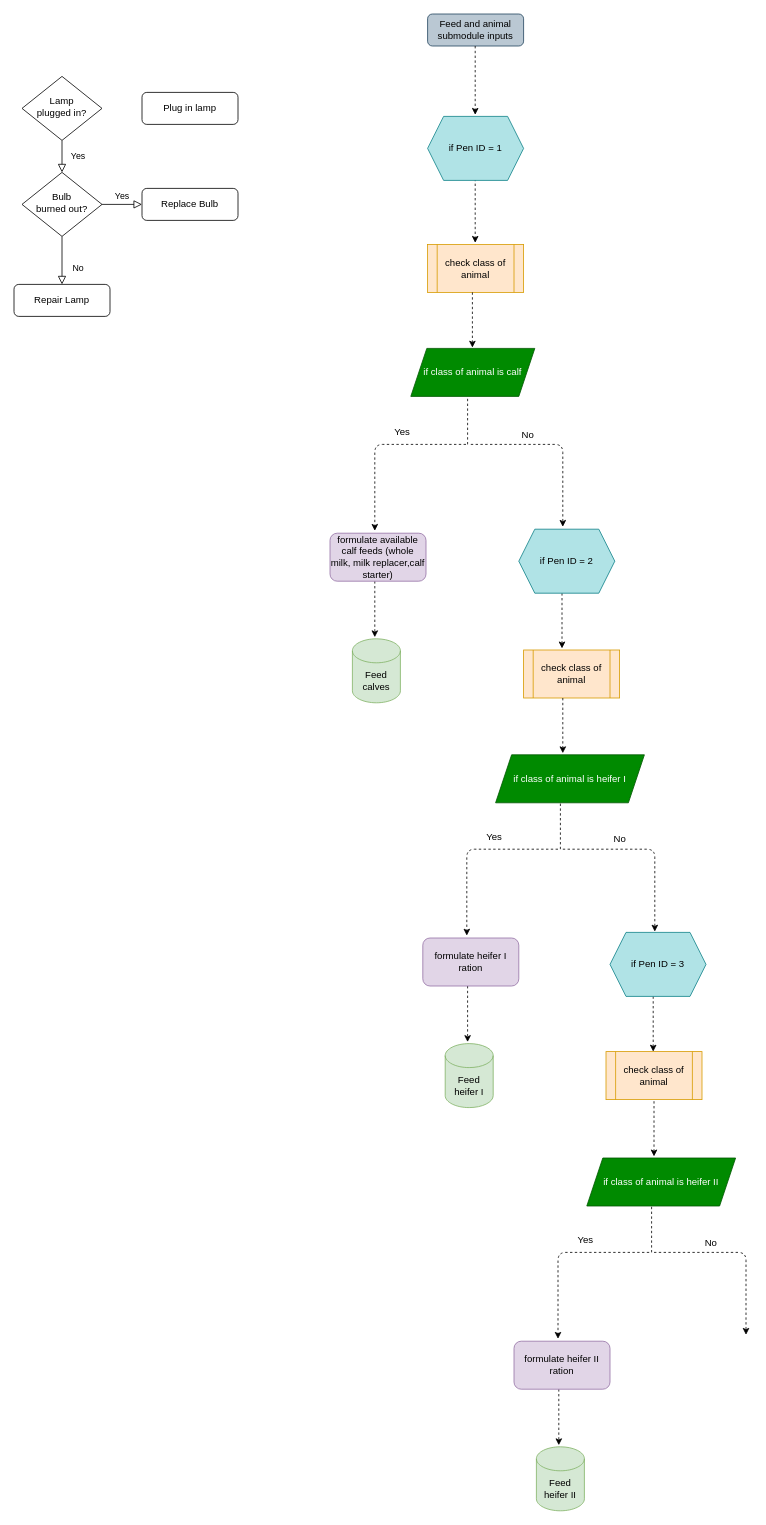
The draw.io diagram pennew.drawio in Victor-Oribamise/AnimalMachineLerning, before the edit. Source tidied: cells renumbered, new cells numbered last; positions are measured from the earlier drawing's top-left corner, leaving out a move shared by most shapes. Both pictures are drawn from the tidied source at 80%, with x=0, y=0 at pixel (14, 14).
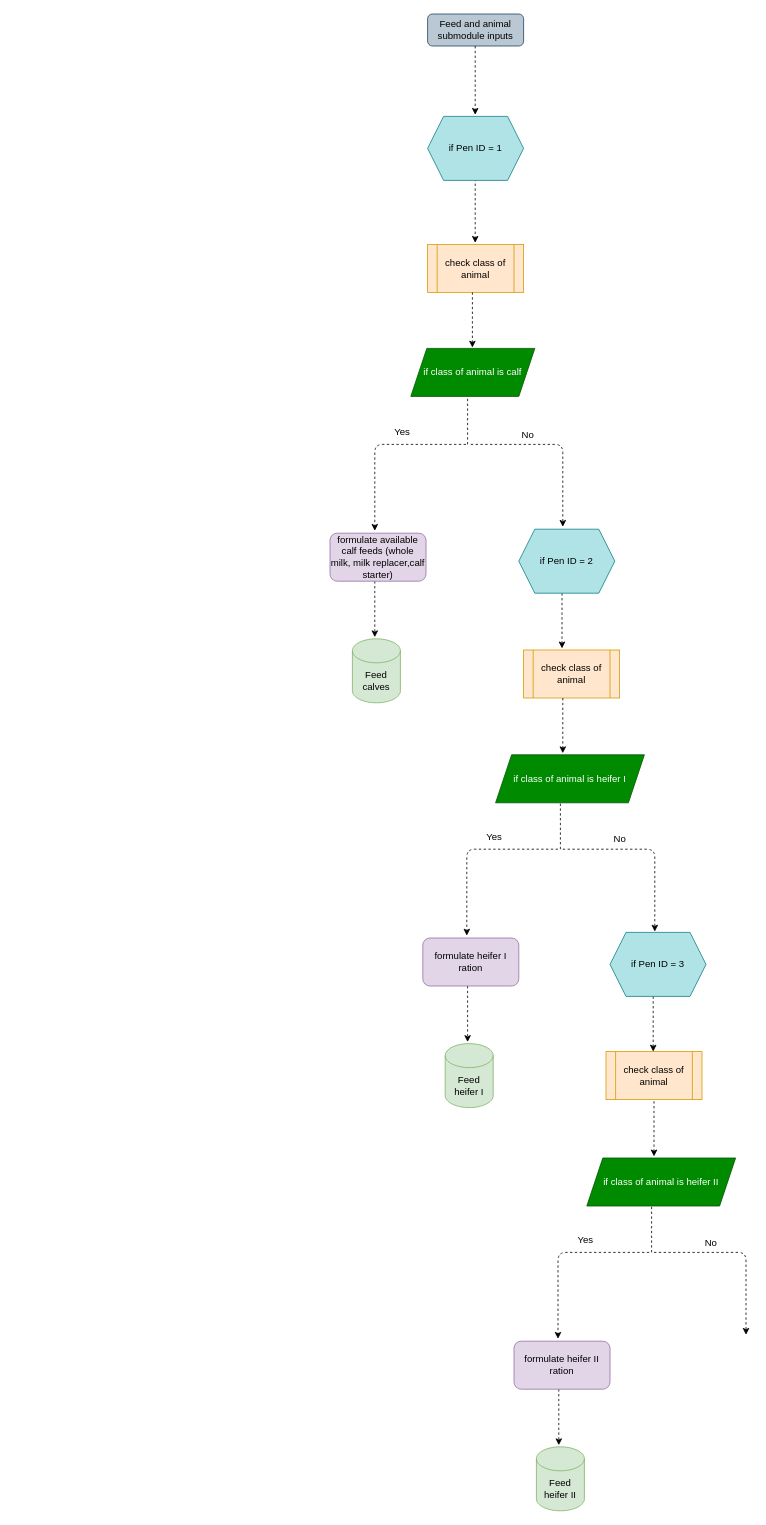
After the change.

The edit, as a diff of the source:
```diff
@@
-    <mxCell id="3" value="Yes" style="rounded=0;html=1;jettySize=auto;fontSize=11;endArrow=block;endFill=0;endSize=8;strokeWidth=1;shadow=0;labelBackgroundColor=none;edgeStyle=orthogonalEdgeStyle;" parent="1" edge="1" source="4" target="8">
-      <mxGeometry y="20" relative="1" as="geometry" />
+    <mxCell id="3" value="Yes" style="rounded=0;html=1;jettySize=auto;orthogonalLoop=1;fontSize=11;endArrow=block;endFill=0;endSize=8;strokeWidth=1;shadow=0;labelBackgroundColor=none;edgeStyle=orthogonalEdgeStyle;" parent="1" edge="1">
+      <mxGeometry y="20" relative="1" as="geometry">
+        <mxPoint x="60" y="158" as="sourcePoint" />
+      </mxGeometry>
     </mxCell>
-    <mxCell id="4" value="Lamp&lt;br&gt;plugged in?" style="rhombus;whiteSpace=wrap;html=1;shadow=0;fontFamily=Helvetica;fontSize=12;align=center;strokeWidth=1;spacing=6;spacingTop=-4;" parent="1" vertex="1">
-      <mxGeometry x="10" y="78" width="100" height="80" as="geometry" />
-    </mxCell>
-    <mxCell id="5" value="Plug in lamp" style="rounded=1;whiteSpace=wrap;html=1;fontSize=12;glass=0;strokeWidth=1;shadow=0;" parent="1" vertex="1">
-      <mxGeometry x="160" y="98" width="120" height="40" as="geometry" />
-    </mxCell>
-    <mxCell id="6" value="No" style="rounded=0;html=1;jettySize=auto;fontSize=11;endArrow=block;endFill=0;endSize=8;strokeWidth=1;shadow=0;labelBackgroundColor=none;edgeStyle=orthogonalEdgeStyle;" parent="1" edge="1" source="8" target="9">
-      <mxGeometry x="0.33" y="20" relative="1" as="geometry" />
+    <mxCell id="6" value="No" style="rounded=0;html=1;jettySize=auto;orthogonalLoop=1;fontSize=11;endArrow=block;endFill=0;endSize=8;strokeWidth=1;shadow=0;labelBackgroundColor=none;edgeStyle=orthogonalEdgeStyle;" parent="1" edge="1">
+      <mxGeometry x="0.33" y="20" relative="1" as="geometry">
+        <mxPoint x="60" y="278" as="sourcePoint" />
+      </mxGeometry>
     </mxCell>
-    <mxCell id="7" value="Yes" style="edgeStyle=orthogonalEdgeStyle;rounded=0;html=1;jettySize=auto;fontSize=11;endArrow=block;endFill=0;endSize=8;strokeWidth=1;shadow=0;labelBackgroundColor=none;" parent="1" edge="1" source="8" target="10">
-      <mxGeometry y="10" relative="1" as="geometry" />
-    </mxCell>
-    <mxCell id="8" value="Bulb&lt;br&gt;burned out?" style="rhombus;whiteSpace=wrap;html=1;shadow=0;fontFamily=Helvetica;fontSize=12;align=center;strokeWidth=1;spacing=6;spacingTop=-4;" parent="1" vertex="1">
-      <mxGeometry x="10" y="198" width="100" height="80" as="geometry" />
-    </mxCell>
-    <mxCell id="9" value="Repair Lamp" style="rounded=1;whiteSpace=wrap;html=1;fontSize=12;glass=0;strokeWidth=1;shadow=0;" parent="1" vertex="1">
-      <mxGeometry y="338" width="120" height="40" as="geometry" />
-    </mxCell>
-    <mxCell id="10" value="Replace Bulb" style="rounded=1;whiteSpace=wrap;html=1;fontSize=12;glass=0;strokeWidth=1;shadow=0;" parent="1" vertex="1">
-      <mxGeometry x="160" y="218" width="120" height="40" as="geometry" />
-    </mxCell>
```
